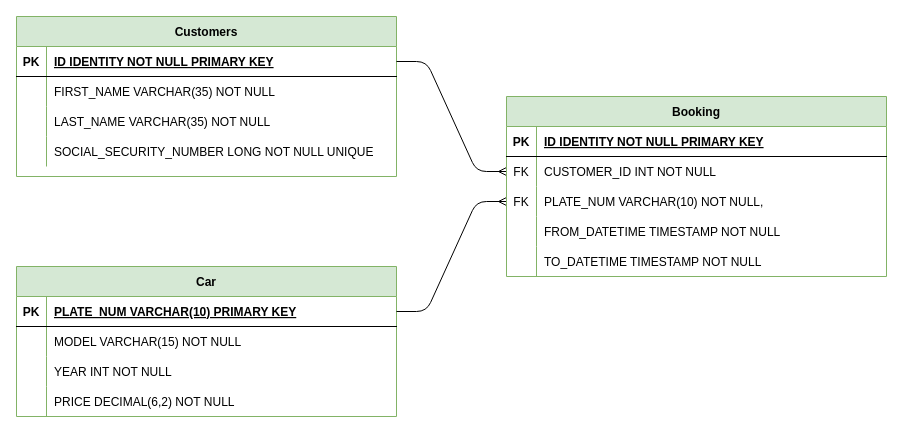
Earlier version of the draw.io diagram data_structure/car-rental.drawio (jSchnitzer1/car-rental). Source tidied: cells renumbered, new cells numbered last; positions are measured from the earlier drawing's top-left corner, leaving out a move shared by most shapes. Both pictures are drawn from the tidied source at 100%, with x=0, y=0 at pixel (16, 16).
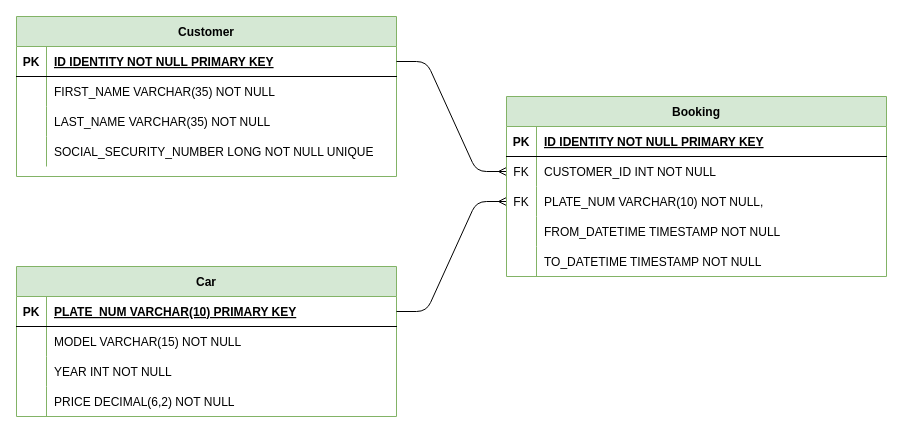
The same diagram, later.

Commit message (it also covers changes not shown here):
fix data structure design

The edit, as a diff of the source:
```diff
@@
-    <mxCell id="2" value="Customers" style="shape=table;startSize=30;childLayout=tableLayout;rowLines=0;fontStyle=1;align=center;fillColor=#d5e8d4;strokeColor=#82b366;" parent="1" vertex="1">
+    <mxCell id="2" value="Customer" style="shape=table;startSize=30;childLayout=tableLayout;rowLines=0;fontStyle=1;align=center;fillColor=#d5e8d4;strokeColor=#82b366;" parent="1" vertex="1">
       <mxGeometry width="380" height="160" as="geometry" />
     </mxCell>
```
